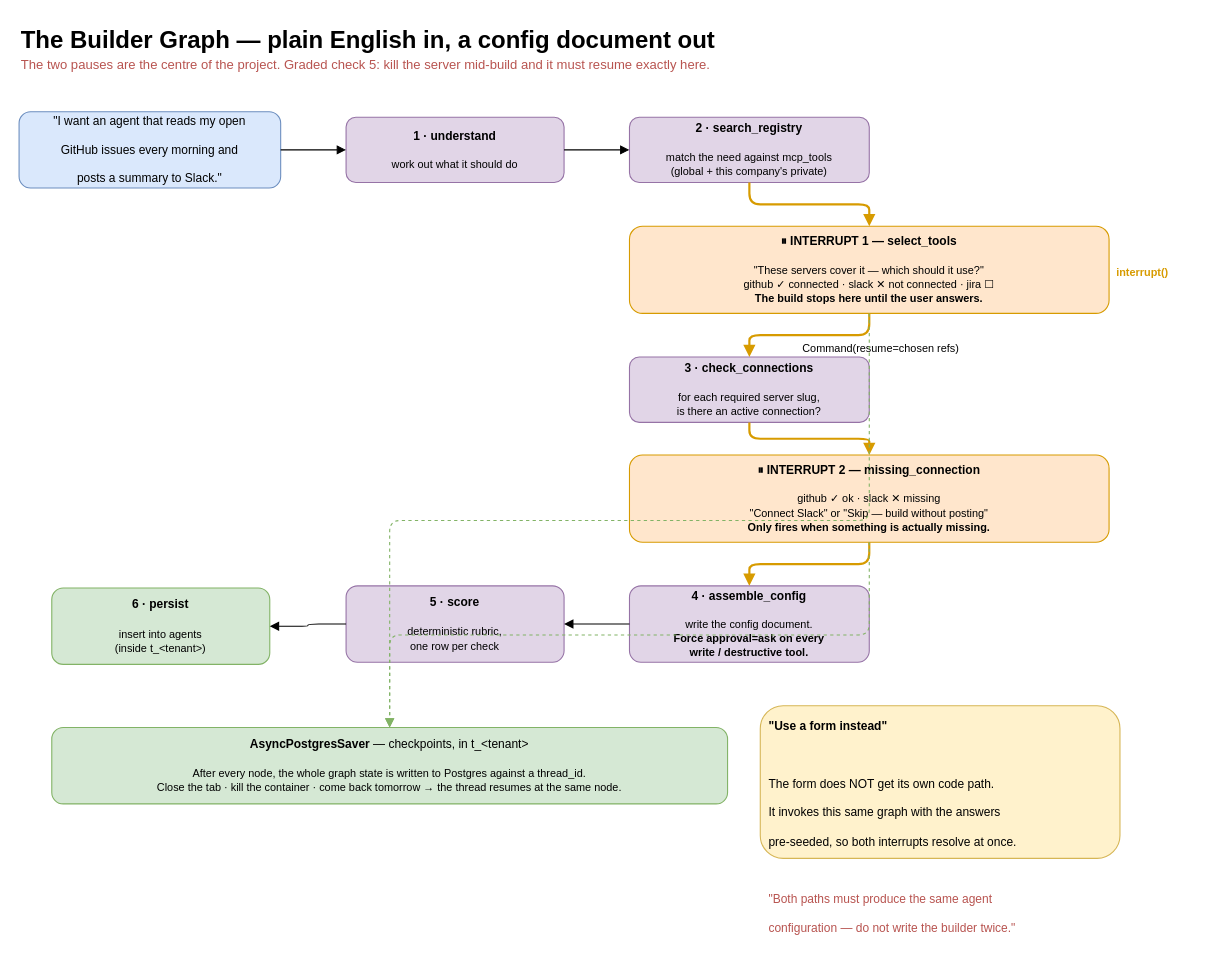
The draw.io diagram page "3 · Builder Graph (2 interrupts)" (3 of 5) of docs/architecture.drawio in Shivanilarokar/AgentPlatformCapstone, before the edit. Source tidied: cells renumbered, new cells numbered last; positions are measured from the earlier drawing's top-left corner, leaving out a move shared by most shapes. Both pictures are drawn from the tidied source at 109%, with x=0, y=0 at pixel (19, 19).
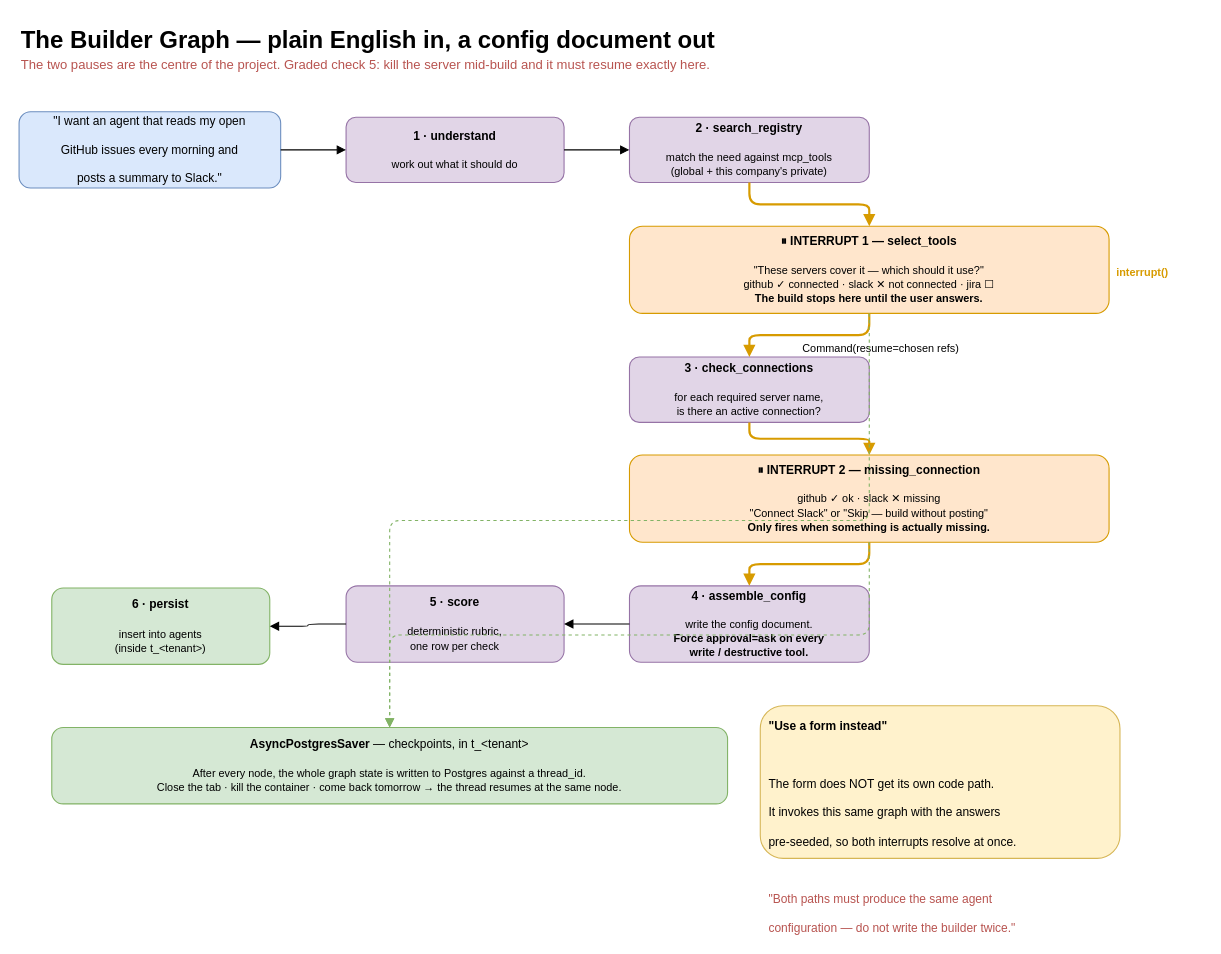
Above is the later version.

What changed in the source:
```diff
@@
-    <mxCell id="8" value="&lt;b&gt;3 · check_connections&lt;/b&gt;&#10;&lt;br&gt;&lt;font style=&quot;font-size:10px&quot;&gt;for each required server slug,&lt;br&gt;is there an active connection?&lt;/font&gt;" style="rounded=1;whiteSpace=wrap;html=1;fillColor=#e1d5e7;strokeColor=#9673a6;fontSize=11;" parent="1" vertex="1">
+    <mxCell id="8" value="&lt;b&gt;3 · check_connections&lt;/b&gt;&#10;&lt;br&gt;&lt;font style=&quot;font-size:10px&quot;&gt;for each required server name,&lt;br&gt;is there an active connection?&lt;/font&gt;" style="rounded=1;whiteSpace=wrap;html=1;fillColor=#e1d5e7;strokeColor=#9673a6;fontSize=11;" parent="1" vertex="1">
       <mxGeometry x="560" y="310" width="220" height="60" as="geometry" />
     </mxCell>
```
